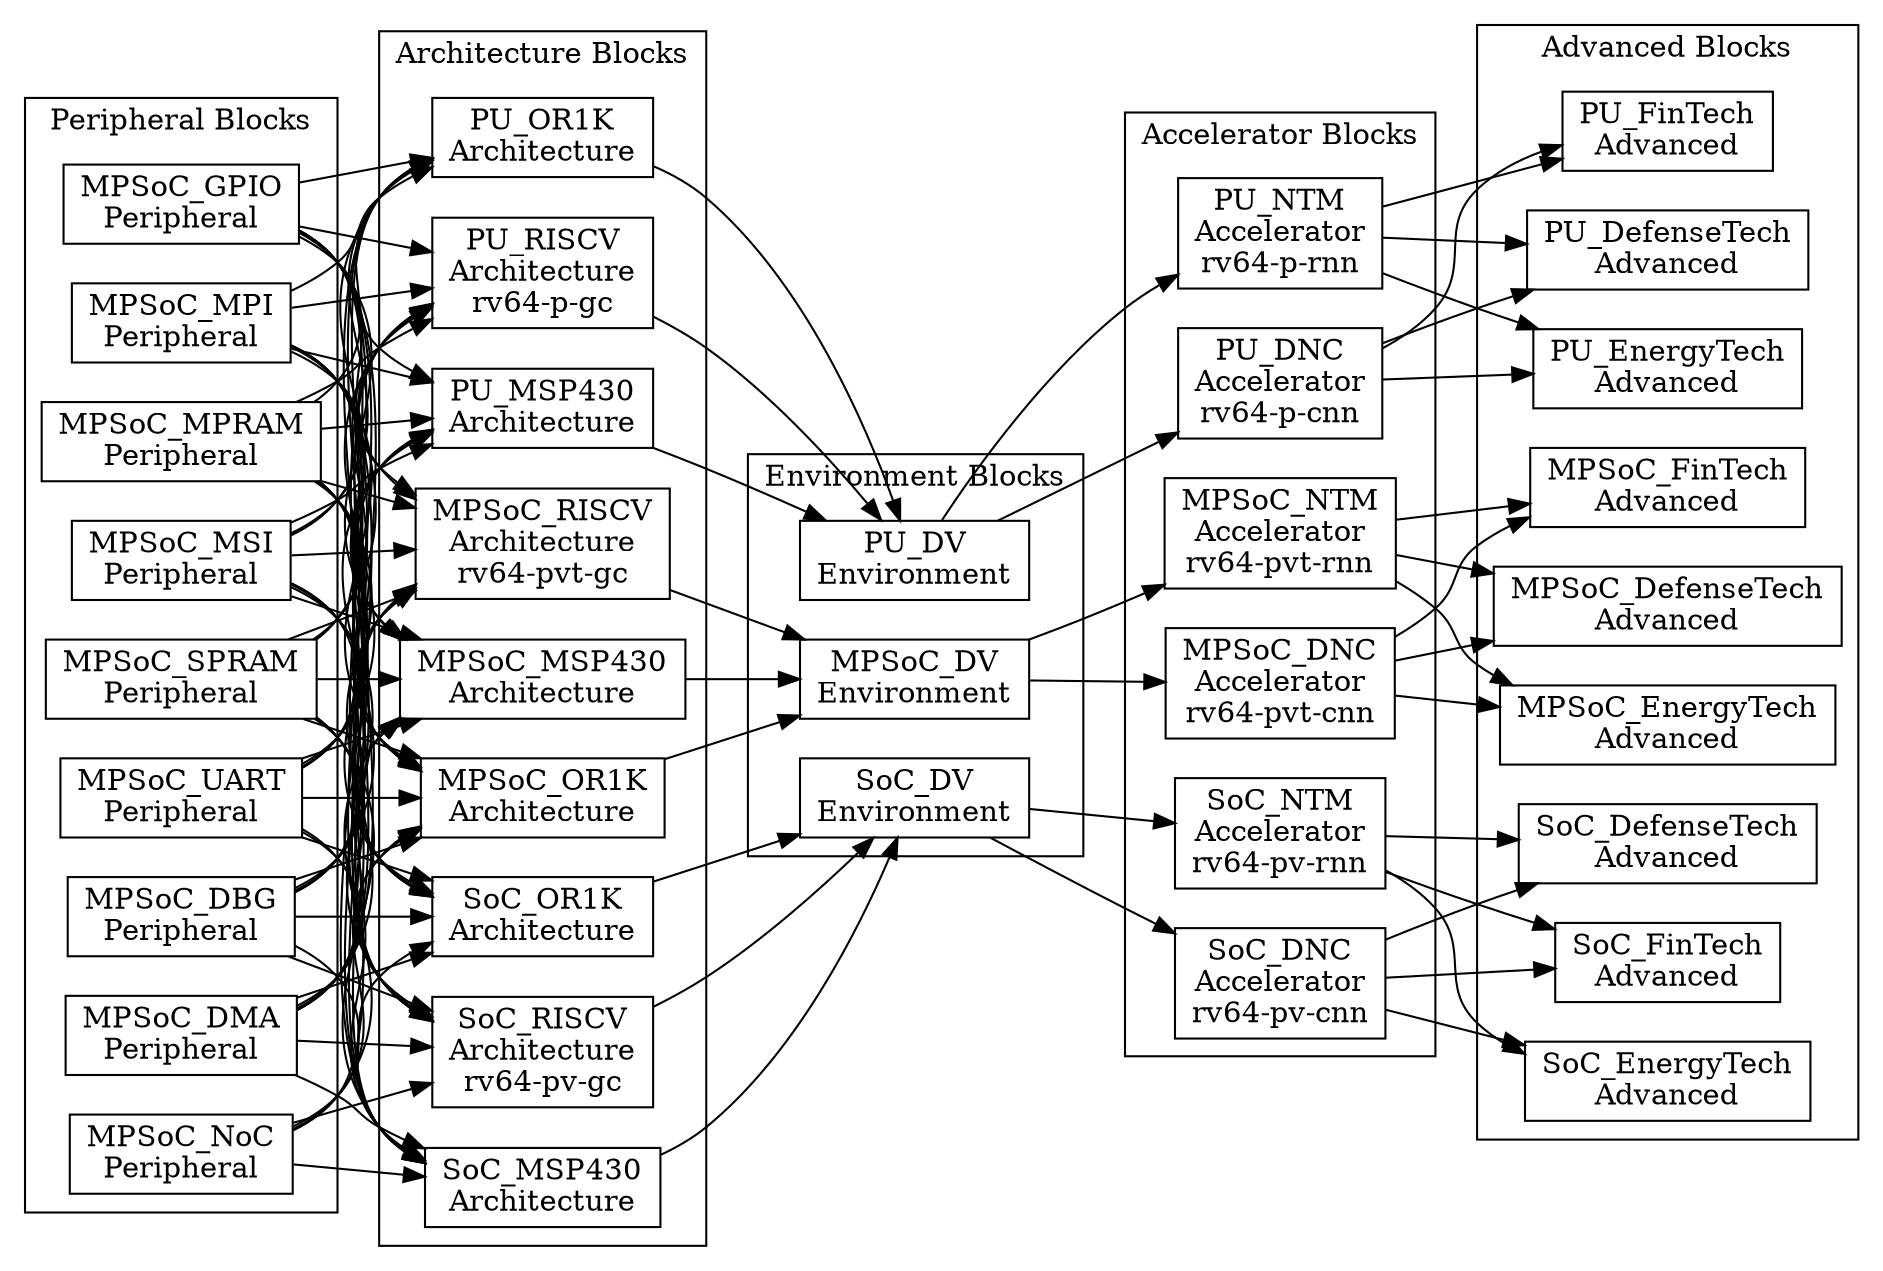
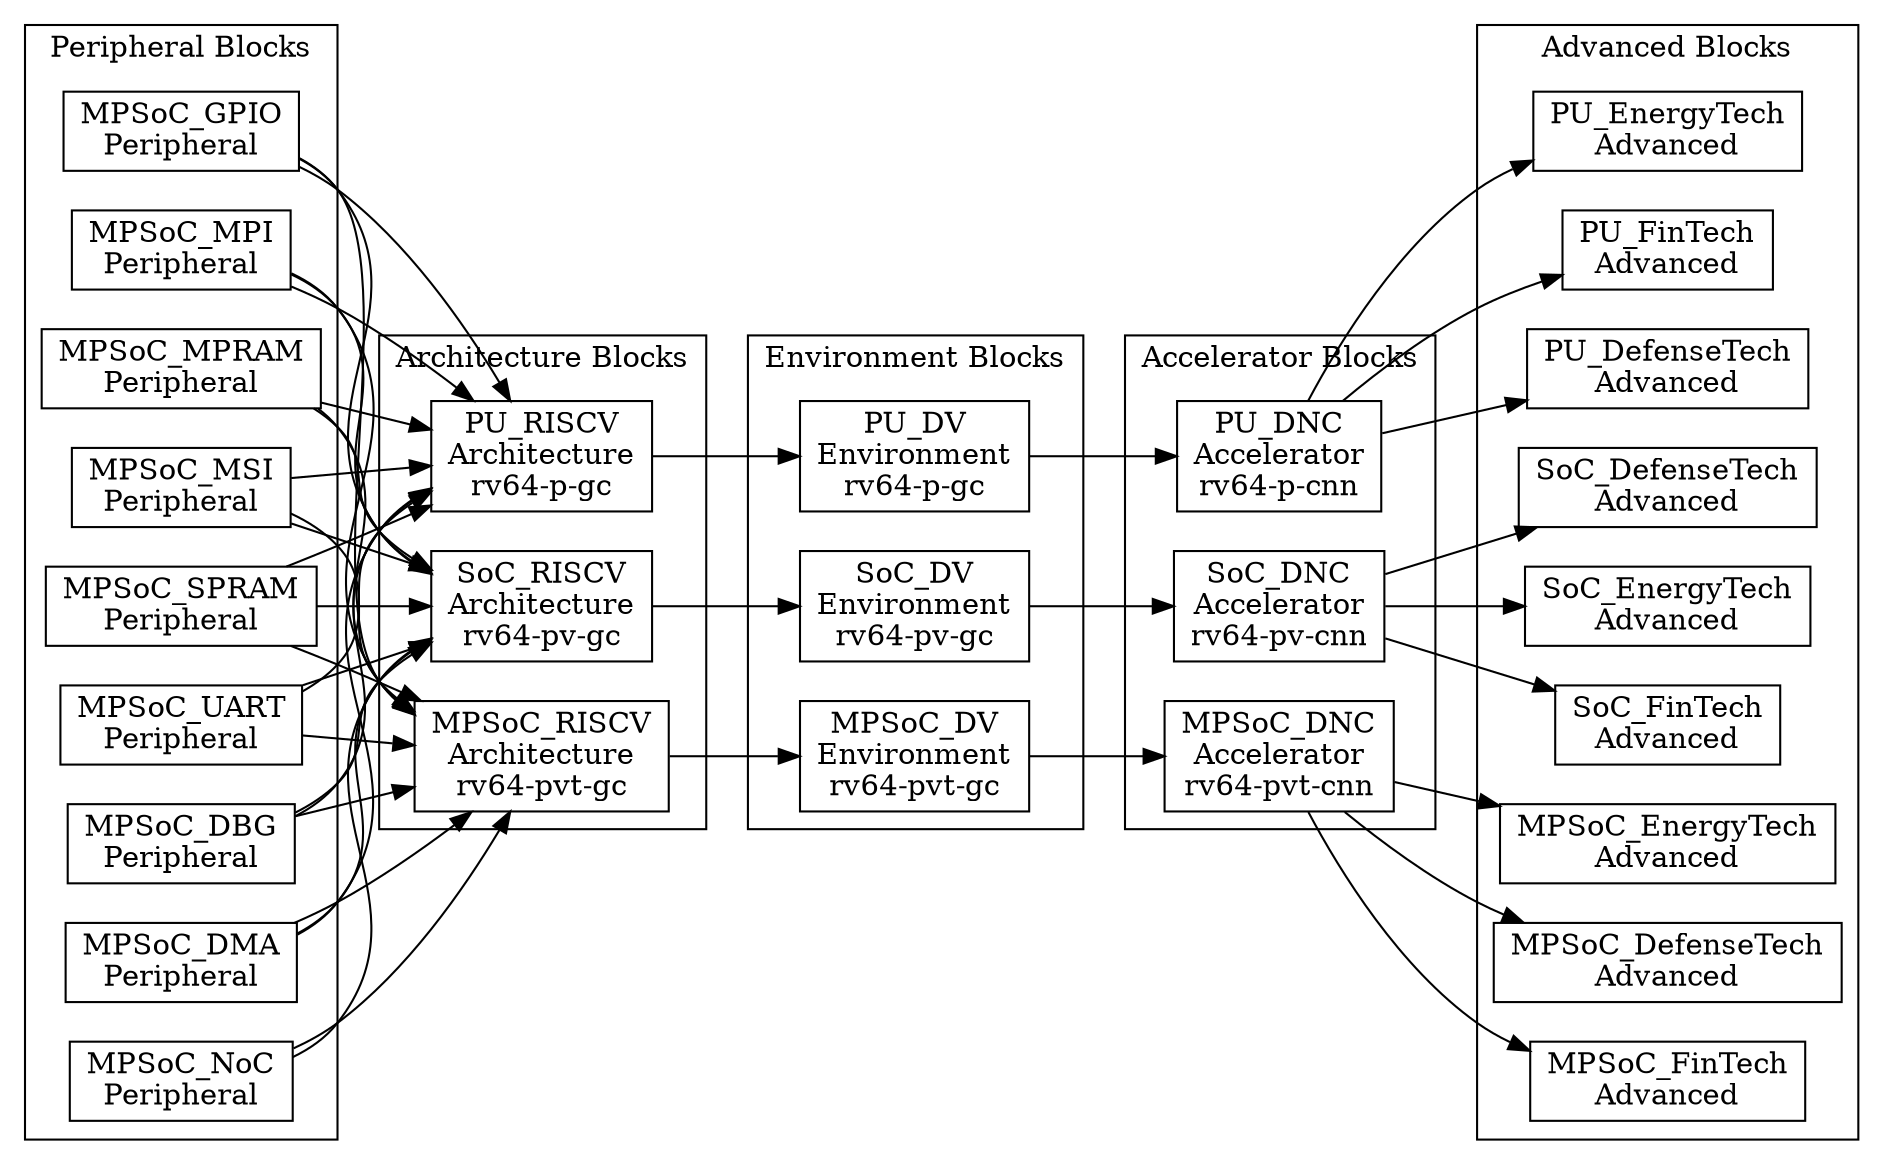
digraph Project {
  // Introduction
  graph [rankdir = LR];
  node[shape=record];

  // Peripheral Blocks
  subgraph "cluster PeripheralBlocks" { label = "Peripheral Blocks";
    MPSoC_DBG[label="MPSoC_DBG\nPeripheral"];
    MPSoC_DMA[label="MPSoC_DMA\nPeripheral"];
    MPSoC_GPIO[label="MPSoC_GPIO\nPeripheral"];
    MPSoC_MPI[label="MPSoC_MPI\nPeripheral"];
    MPSoC_MPRAM[label="MPSoC_MPRAM\nPeripheral"];
    MPSoC_MSI[label="MPSoC_MSI\nPeripheral"];
    MPSoC_NoC[label="MPSoC_NoC\nPeripheral"];
    MPSoC_SPRAM[label="MPSoC_SPRAM\nPeripheral"];
    MPSoC_UART[label="MPSoC_UART\nPeripheral"];
  }

  // Architecture Blocks
  subgraph "cluster ArchitectureBlocks" { label = "Architecture Blocks";
-     MPSoC_MSP430[label="MPSoC_MSP430\nArchitecture"];
-     MPSoC_OR1K[label="MPSoC_OR1K\nArchitecture"];
    MPSoC_RISCV[label="MPSoC_RISCV\nArchitecture\nrv64-pvt-gc"];
-     SoC_MSP430[label="SoC_MSP430\nArchitecture"];
-     SoC_OR1K[label="SoC_OR1K\nArchitecture"];
    SoC_RISCV[label="SoC_RISCV\nArchitecture\nrv64-pv-gc"];
-     PU_MSP430[label="PU_MSP430\nArchitecture"];
-     PU_OR1K[label="PU_OR1K\nArchitecture"];
    PU_RISCV[label="PU_RISCV\nArchitecture\nrv64-p-gc"];
  }

  // Environment Blocks
  subgraph "cluster EnvironmentBlocks" { label = "Environment Blocks";
-     MPSoC_DV[label="MPSoC_DV\nEnvironment"];
-     SoC_DV[label="SoC_DV\nEnvironment"];
-     PU_DV[label="PU_DV\nEnvironment"];
+     MPSoC_DV[label="MPSoC_DV\nEnvironment\nrv64-pvt-gc"];
+     SoC_DV[label="SoC_DV\nEnvironment\nrv64-pv-gc"];
+     PU_DV[label="PU_DV\nEnvironment\nrv64-p-gc"];
  }

  // Accelerator Blocks
  subgraph "cluster AcceleratorBlocks" { label = "Accelerator Blocks";
-     MPSoC_NTM[label="MPSoC_NTM\nAccelerator\nrv64-pvt-rnn"];
-     SoC_NTM[label="SoC_NTM\nAccelerator\nrv64-pv-rnn"];
-     PU_NTM[label="PU_NTM\nAccelerator\nrv64-p-rnn"];
- 
    MPSoC_DNC[label="MPSoC_DNC\nAccelerator\nrv64-pvt-cnn"];
    SoC_DNC[label="SoC_DNC\nAccelerator\nrv64-pv-cnn"];
    PU_DNC[label="PU_DNC\nAccelerator\nrv64-p-cnn"];
  }

  // Advanced Blocks
  subgraph "cluster AdvancedBlocks" { label = "Advanced Blocks";
    MPSoC_EnergyTech[label="MPSoC_EnergyTech\nAdvanced"];
    SoC_EnergyTech[label="SoC_EnergyTech\nAdvanced"];
    PU_EnergyTech[label="PU_EnergyTech\nAdvanced"];

    MPSoC_FinTech[label="MPSoC_FinTech\nAdvanced"];
    SoC_FinTech[label="SoC_FinTech\nAdvanced"];
    PU_FinTech[label="PU_FinTech\nAdvanced"];

    MPSoC_DefenseTech[label="MPSoC_DefenseTech\nAdvanced"];
    SoC_DefenseTech[label="SoC_DefenseTech\nAdvanced"];
    PU_DefenseTech[label="PU_DefenseTech\nAdvanced"];
  }

  // Peripheral -> Architecture
-   MPSoC_DBG -> MPSoC_MSP430;
-   MPSoC_DMA -> MPSoC_MSP430;
-   MPSoC_GPIO -> MPSoC_MSP430;
-   MPSoC_MPI -> MPSoC_MSP430;
-   MPSoC_MPRAM -> MPSoC_MSP430;
-   MPSoC_MSI -> MPSoC_MSP430;
-   MPSoC_NoC -> MPSoC_MSP430;
-   MPSoC_SPRAM -> MPSoC_MSP430;
-   MPSoC_UART -> MPSoC_MSP430;
- 
-   MPSoC_DBG -> SoC_MSP430;
-   MPSoC_DMA -> SoC_MSP430;
-   MPSoC_GPIO -> SoC_MSP430;
-   MPSoC_MPI -> SoC_MSP430;
-   MPSoC_MPRAM -> SoC_MSP430;
-   MPSoC_MSI -> SoC_MSP430;
-   MPSoC_NoC -> SoC_MSP430;
-   MPSoC_SPRAM -> SoC_MSP430;
-   MPSoC_UART -> SoC_MSP430;
- 
-   MPSoC_DBG -> PU_MSP430;
-   MPSoC_DMA -> PU_MSP430;
-   MPSoC_GPIO -> PU_MSP430;
-   MPSoC_MPI -> PU_MSP430;
-   MPSoC_MPRAM -> PU_MSP430;
-   MPSoC_MSI -> PU_MSP430;
-   MPSoC_SPRAM -> PU_MSP430;
-   MPSoC_UART -> PU_MSP430;
- 
- 
-   MPSoC_DBG -> MPSoC_OR1K;
-   MPSoC_DMA -> MPSoC_OR1K;
-   MPSoC_GPIO -> MPSoC_OR1K;
-   MPSoC_MPI -> MPSoC_OR1K;
-   MPSoC_MPRAM -> MPSoC_OR1K;
-   MPSoC_MSI -> MPSoC_OR1K;
-   MPSoC_NoC -> MPSoC_OR1K;
-   MPSoC_SPRAM -> MPSoC_OR1K;
-   MPSoC_UART -> MPSoC_OR1K;
- 
-   MPSoC_DBG -> SoC_OR1K;
-   MPSoC_DMA -> SoC_OR1K;
-   MPSoC_GPIO -> SoC_OR1K;
-   MPSoC_MPI -> SoC_OR1K;
-   MPSoC_MPRAM -> SoC_OR1K;
-   MPSoC_MSI -> SoC_OR1K;
-   MPSoC_NoC -> SoC_OR1K;
-   MPSoC_SPRAM -> SoC_OR1K;
-   MPSoC_UART -> SoC_OR1K;
- 
-   MPSoC_DBG -> PU_OR1K;
-   MPSoC_DMA -> PU_OR1K;
-   MPSoC_GPIO -> PU_OR1K;
-   MPSoC_MPI -> PU_OR1K;
-   MPSoC_MPRAM -> PU_OR1K;
-   MPSoC_MSI -> PU_OR1K;
-   MPSoC_SPRAM -> PU_OR1K;
-   MPSoC_UART -> PU_OR1K;
- 
- 
  MPSoC_DBG -> MPSoC_RISCV;
  MPSoC_DMA -> MPSoC_RISCV;
  MPSoC_GPIO -> MPSoC_RISCV;
  MPSoC_MPI -> MPSoC_RISCV;
  MPSoC_MPRAM -> MPSoC_RISCV;
  MPSoC_MSI -> MPSoC_RISCV;
  MPSoC_NoC -> MPSoC_RISCV;
  MPSoC_SPRAM -> MPSoC_RISCV;
  MPSoC_UART -> MPSoC_RISCV;

  MPSoC_DBG -> SoC_RISCV;
  MPSoC_DMA -> SoC_RISCV;
  MPSoC_GPIO -> SoC_RISCV;
  MPSoC_MPI -> SoC_RISCV;
  MPSoC_MPRAM -> SoC_RISCV;
  MPSoC_MSI -> SoC_RISCV;
  MPSoC_NoC -> SoC_RISCV;
  MPSoC_SPRAM -> SoC_RISCV;
  MPSoC_UART -> SoC_RISCV;

  MPSoC_DBG -> PU_RISCV;
  MPSoC_DMA -> PU_RISCV;
  MPSoC_GPIO -> PU_RISCV;
  MPSoC_MPI -> PU_RISCV;
  MPSoC_MPRAM -> PU_RISCV;
  MPSoC_MSI -> PU_RISCV;
  MPSoC_SPRAM -> PU_RISCV;
  MPSoC_UART -> PU_RISCV;

  // Architecture -> Environment
-   PU_MSP430 -> PU_DV;
-   PU_OR1K -> PU_DV;
  PU_RISCV -> PU_DV;

-   SoC_MSP430 -> SoC_DV;
-   SoC_OR1K -> SoC_DV;
  SoC_RISCV -> SoC_DV;

-   MPSoC_MSP430 -> MPSoC_DV;
-   MPSoC_OR1K -> MPSoC_DV;
  MPSoC_RISCV -> MPSoC_DV;

  // Environment -> Accelerator
-   PU_DV -> PU_NTM;
  PU_DV -> PU_DNC;

-   SoC_DV -> SoC_NTM;
  SoC_DV -> SoC_DNC;

-   MPSoC_DV -> MPSoC_NTM;
  MPSoC_DV -> MPSoC_DNC;

  // Accelerator -> Advanced
-   PU_NTM -> PU_EnergyTech;
  PU_DNC -> PU_EnergyTech;

-   SoC_NTM -> SoC_EnergyTech;
  SoC_DNC -> SoC_EnergyTech;

-   MPSoC_NTM -> MPSoC_EnergyTech;
  MPSoC_DNC -> MPSoC_EnergyTech;

- 
-   PU_NTM -> PU_FinTech;
  PU_DNC -> PU_FinTech;

-   SoC_NTM -> SoC_FinTech;
  SoC_DNC -> SoC_FinTech;

-   MPSoC_NTM -> MPSoC_FinTech;
  MPSoC_DNC -> MPSoC_FinTech;

- 
-   PU_NTM -> PU_DefenseTech;
  PU_DNC -> PU_DefenseTech;

-   SoC_NTM -> SoC_DefenseTech;
  SoC_DNC -> SoC_DefenseTech;

-   MPSoC_NTM -> MPSoC_DefenseTech;
  MPSoC_DNC -> MPSoC_DefenseTech;
}
